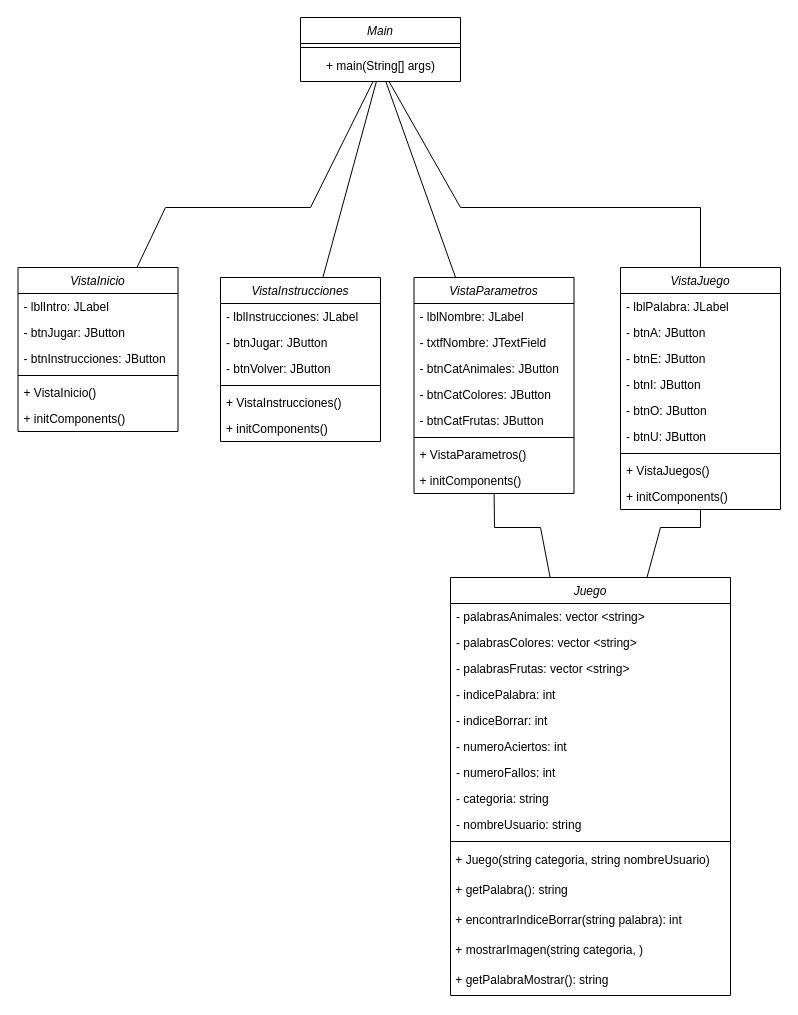
This is Diagrama de Clases MiniProyecto1.drawio from puyojulian/MiniProyecto1FPOE, a draw.io file, before an edit. Source tidied: cells renumbered, new cells numbered last; positions are measured from the earlier drawing's top-left corner, leaving out a move shared by most shapes. Both pictures are drawn from the tidied source at 100%, with x=0, y=0 at pixel (18, 17).
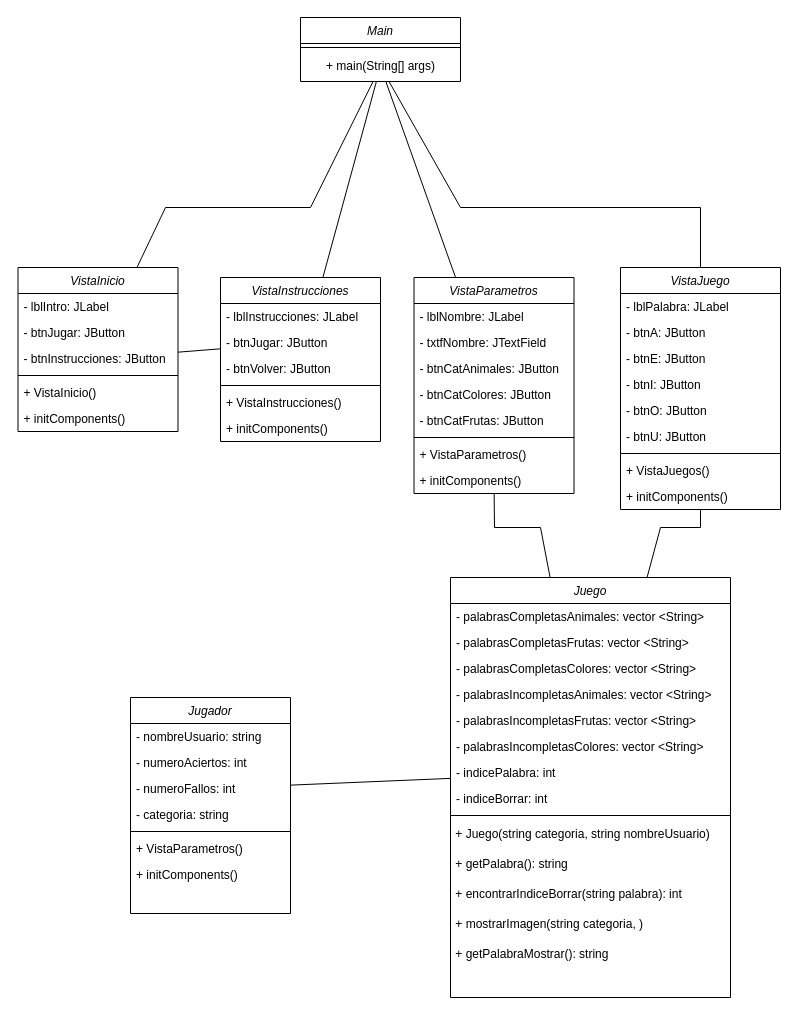
After the change.

Commit message:
Diseño inicial para Clase Jugador y modificación de los atributos de la clase Juego

Unchanged cells that the change refers to:
```xml
<mxCell id="7" value="- btnJugar: JButton" style="text;align=left;verticalAlign=top;spacingLeft=4;spacingRight=4;overflow=hidden;points=[[0,0.5],[1,0.5]];portConstraint=eastwest;rounded=0;shadow=0;html=0;" parent="5" vertex="1">
  <mxGeometry y="52" width="160" height="26" as="geometry" />
</mxCell>
<mxCell id="31" value="- btnInstrucciones: JButton" style="text;align=left;verticalAlign=top;spacingLeft=4;spacingRight=4;overflow=hidden;points=[[0,0.5],[1,0.5]];portConstraint=eastwest;rounded=0;shadow=0;html=0;" parent="28" vertex="1">
  <mxGeometry y="78" width="160" height="26" as="geometry" />
</mxCell>
```

What changed in the source:
```diff
@@
     <mxCell id="12" value="Juego" style="swimlane;fontStyle=2;align=center;verticalAlign=top;horizontal=1;startSize=26;rounded=0;shadow=0;strokeWidth=1;" parent="1" vertex="1">
-      <mxGeometry x="432" y="560" width="280" height="418" as="geometry" />
+      <mxGeometry x="432" y="560" width="280" height="420" as="geometry" />
     </mxCell>
-    <mxCell id="13" value="- palabrasAnimales: vector &lt;string&gt;" style="text;align=left;verticalAlign=top;spacingLeft=4;spacingRight=4;overflow=hidden;" parent="12" vertex="1">
-      <mxGeometry y="26" width="280" height="26" as="geometry" />
-    </mxCell>
-    <mxCell id="14" value="- palabrasColores: vector &lt;string&gt;" style="text;align=left;verticalAlign=top;spacingLeft=4;spacingRight=4;overflow=hidden;" parent="12" vertex="1">
-      <mxGeometry y="52" width="280" height="26" as="geometry" />
-    </mxCell>
-    <mxCell id="15" value="- palabrasFrutas: vector &lt;string&gt;" style="text;align=left;verticalAlign=top;spacingLeft=4;spacingRight=4;overflow=hidden;" parent="12" vertex="1">
-      <mxGeometry y="78" width="280" height="26" as="geometry" />
-    </mxCell>
+    <mxCell id="60" value="- palabrasCompletasAnimales: vector &lt;String&gt;" style="text;align=left;verticalAlign=top;spacingLeft=4;spacingRight=4;overflow=hidden;" parent="12" vertex="1">
+      <mxGeometry y="26" width="280" height="26" as="geometry" />
+    </mxCell>
+    <mxCell id="61" value="- palabrasCompletasFrutas: vector &lt;String&gt;" style="text;align=left;verticalAlign=top;spacingLeft=4;spacingRight=4;overflow=hidden;" parent="12" vertex="1">
+      <mxGeometry y="52" width="280" height="26" as="geometry" />
+    </mxCell>
+    <mxCell id="62" value="- palabrasCompletasColores: vector &lt;String&gt;" style="text;align=left;verticalAlign=top;spacingLeft=4;spacingRight=4;overflow=hidden;" parent="12" vertex="1">
+      <mxGeometry y="78" width="280" height="26" as="geometry" />
+    </mxCell>
+    <mxCell id="63" value="- palabrasIncompletasAnimales: vector &lt;String&gt;" style="text;align=left;verticalAlign=top;spacingLeft=4;spacingRight=4;overflow=hidden;" parent="12" vertex="1">
+      <mxGeometry y="104" width="280" height="26" as="geometry" />
+    </mxCell>
+    <mxCell id="64" value="- palabrasIncompletasFrutas: vector &lt;String&gt;" style="text;align=left;verticalAlign=top;spacingLeft=4;spacingRight=4;overflow=hidden;" parent="12" vertex="1">
+      <mxGeometry y="130" width="280" height="26" as="geometry" />
+    </mxCell>
+    <mxCell id="65" value="- palabrasIncompletasColores: vector &lt;String&gt;" style="text;align=left;verticalAlign=top;spacingLeft=4;spacingRight=4;overflow=hidden;" parent="12" vertex="1">
+      <mxGeometry y="156" width="280" height="26" as="geometry" />
+    </mxCell>
     <mxCell id="16" value="- indicePalabra: int" style="text;align=left;verticalAlign=top;spacingLeft=4;spacingRight=4;overflow=hidden;points=[[0,0.5],[1,0.5]];portConstraint=eastwest;" parent="12" vertex="1">
-      <mxGeometry y="104" width="280" height="26" as="geometry" />
+      <mxGeometry y="182" width="280" height="26" as="geometry" />
     </mxCell>
     <mxCell id="17" value="- indiceBorrar: int" style="text;align=left;verticalAlign=top;spacingLeft=4;spacingRight=4;overflow=hidden;" parent="12" vertex="1">
-      <mxGeometry y="130" width="280" height="26" as="geometry" />
+      <mxGeometry y="208" width="280" height="26" as="geometry" />
     </mxCell>
-    <mxCell id="18" value="- numeroAciertos: int" style="text;align=left;verticalAlign=top;spacingLeft=4;spacingRight=4;overflow=hidden;" parent="12" vertex="1">
-      <mxGeometry y="156" width="280" height="26" as="geometry" />
-    </mxCell>
-    <mxCell id="19" value="- numeroFallos: int" style="text;align=left;verticalAlign=top;spacingLeft=4;spacingRight=4;overflow=hidden;points=[[0,0.5],[1,0.5]];portConstraint=eastwest;" parent="12" vertex="1">
-      <mxGeometry y="182" width="280" height="26" as="geometry" />
-    </mxCell>
-    <mxCell id="20" value="- categoria: string" style="text;align=left;verticalAlign=top;spacingLeft=4;spacingRight=4;overflow=hidden;" parent="12" vertex="1">
-      <mxGeometry y="208" width="280" height="26" as="geometry" />
-    </mxCell>
-    <mxCell id="21" value="- nombreUsuario: string" style="text;align=left;verticalAlign=top;spacingLeft=4;spacingRight=4;overflow=hidden;" parent="12" vertex="1">
-      <mxGeometry y="234" width="280" height="26" as="geometry" />
-    </mxCell>
     <mxCell id="22" style="line;html=1;strokeWidth=1;align=left;verticalAlign=middle;spacingTop=-1;spacingLeft=3;spacingRight=3;labelPosition=right;" parent="12" vertex="1">
-      <mxGeometry y="260" width="280" height="8" as="geometry" />
+      <mxGeometry y="234" width="280" height="8" as="geometry" />
     </mxCell>
     <mxCell id="23" value="&amp;nbsp;+ Juego(string categoria, string nombreUsuario)" style="text;html=1;align=left;verticalAlign=middle;strokeColor=none;fillColor=none;" parent="12" vertex="1">
-      <mxGeometry y="268" width="280" height="30" as="geometry" />
+      <mxGeometry y="242" width="280" height="30" as="geometry" />
     </mxCell>
     <mxCell id="24" value="&amp;nbsp;+ getPalabra(): string" style="text;html=1;align=left;verticalAlign=middle;strokeColor=none;fillColor=none;" parent="12" vertex="1">
-      <mxGeometry y="298" width="280" height="30" as="geometry" />
+      <mxGeometry y="272" width="280" height="30" as="geometry" />
     </mxCell>
     <mxCell id="25" value="&amp;nbsp;+ encontrarIndiceBorrar(string palabra): int" style="text;html=1;align=left;verticalAlign=middle;strokeColor=none;fillColor=none;" parent="12" vertex="1">
-      <mxGeometry y="328" width="280" height="30" as="geometry" />
+      <mxGeometry y="302" width="280" height="30" as="geometry" />
     </mxCell>
     <mxCell id="26" value="&amp;nbsp;+ mostrarImagen(string categoria, )" style="text;html=1;align=left;verticalAlign=middle;strokeColor=none;fillColor=none;" parent="12" vertex="1">
-      <mxGeometry y="358" width="280" height="30" as="geometry" />
+      <mxGeometry y="332" width="280" height="30" as="geometry" />
     </mxCell>
     <mxCell id="27" value="&amp;nbsp;+ getPalabraMostrar(): string" style="text;html=1;align=left;verticalAlign=middle;strokeColor=none;fillColor=none;" parent="12" vertex="1">
-      <mxGeometry y="388" width="280" height="30" as="geometry" />
+      <mxGeometry y="362" width="280" height="30" as="geometry" />
     </mxCell>
@@
+    <mxCell id="66" style="endArrow=none;html=1;rounded=0;" parent="1" edge="1" source="31" target="7">
+      <mxGeometry relative="1" as="geometry" />
+    </mxCell>
+    <mxCell id="67" value="Jugador" style="swimlane;fontStyle=2;align=center;verticalAlign=top;horizontal=1;startSize=26;rounded=0;shadow=0;strokeWidth=1;" parent="1" vertex="1">
+      <mxGeometry x="112" y="680" width="160" height="216" as="geometry" />
+    </mxCell>
+    <mxCell id="21" value="- nombreUsuario: string" style="text;align=left;verticalAlign=top;spacingLeft=4;spacingRight=4;overflow=hidden;" parent="67" vertex="1">
+      <mxGeometry y="26" width="160" height="26" as="geometry" />
+    </mxCell>
+    <mxCell id="18" value="- numeroAciertos: int" style="text;align=left;verticalAlign=top;spacingLeft=4;spacingRight=4;overflow=hidden;" parent="67" vertex="1">
+      <mxGeometry y="52" width="160" height="26" as="geometry" />
+    </mxCell>
+    <mxCell id="19" value="- numeroFallos: int" style="text;align=left;verticalAlign=top;spacingLeft=4;spacingRight=4;overflow=hidden;points=[[0,0.5],[1,0.5]];portConstraint=eastwest;" parent="67" vertex="1">
+      <mxGeometry y="78" width="160" height="26" as="geometry" />
+    </mxCell>
+    <mxCell id="20" value="- categoria: string" style="text;align=left;verticalAlign=top;spacingLeft=4;spacingRight=4;overflow=hidden;" parent="67" vertex="1">
+      <mxGeometry y="104" width="160" height="26" as="geometry" />
+    </mxCell>
+    <mxCell id="68" style="line;html=1;strokeWidth=1;align=left;verticalAlign=middle;spacingTop=-1;spacingLeft=3;spacingRight=3;labelPosition=right;" parent="67" vertex="1">
+      <mxGeometry y="130" width="160" height="8" as="geometry" />
+    </mxCell>
+    <mxCell id="69" value="+ VistaParametros()" style="text;align=left;verticalAlign=top;spacingLeft=4;spacingRight=4;overflow=hidden;" parent="67" vertex="1">
+      <mxGeometry y="138" width="160" height="26" as="geometry" />
+    </mxCell>
+    <mxCell id="70" value="+ initComponents()" style="text;align=left;verticalAlign=top;spacingLeft=4;spacingRight=4;overflow=hidden;" parent="67" vertex="1">
+      <mxGeometry y="164" width="160" height="26" as="geometry" />
+    </mxCell>
+    <mxCell id="71" style="endArrow=none;html=1;rounded=0;" parent="1" edge="1" source="19" target="16">
+      <mxGeometry relative="1" as="geometry" />
+    </mxCell>
```
